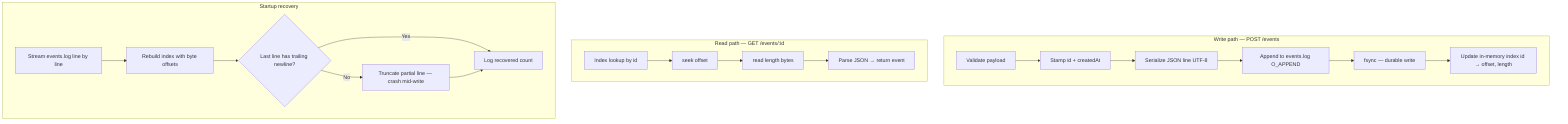
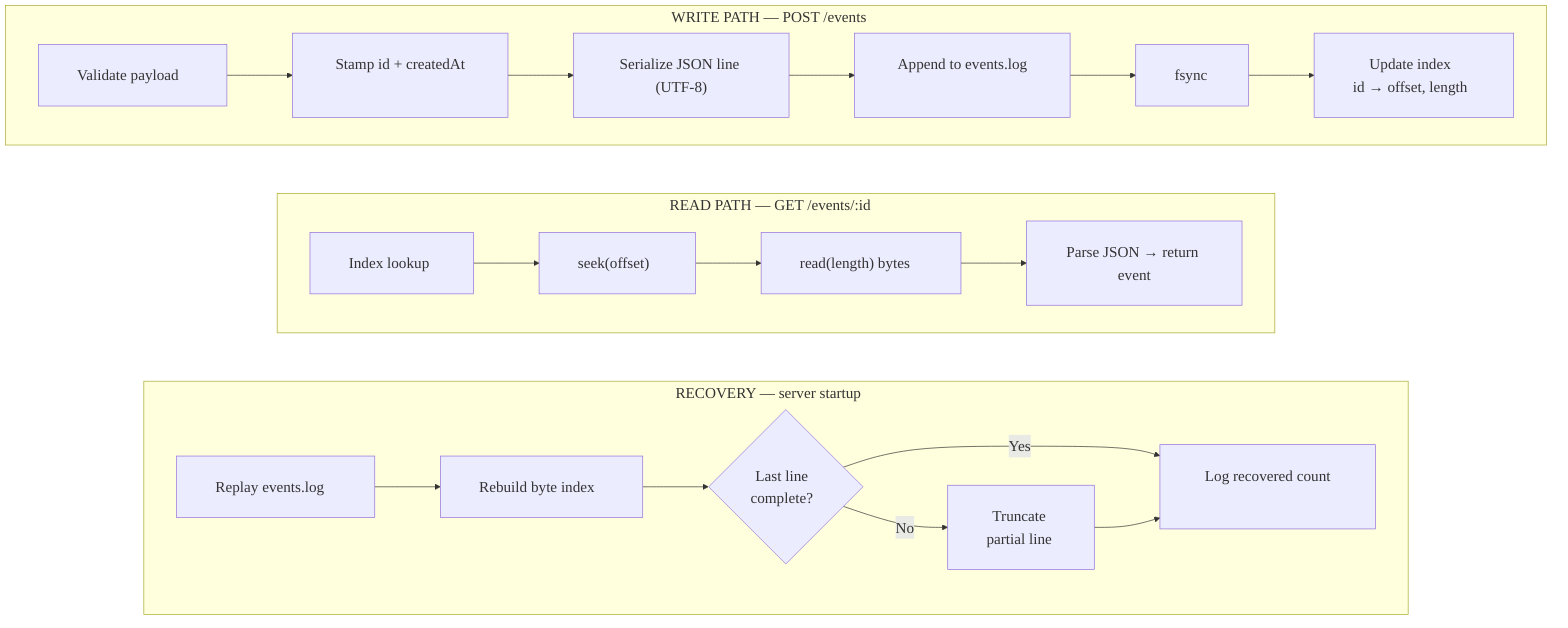
+ ---
+ config:
+   theme: default
+   flowchart:
+     nodeSpacing: 60
+     rankSpacing: 70
+     padding: 28
+   themeVariables:
+     fontSize: 22px
+     fontFamily: arial, sans-serif
+ ---
flowchart TB
-     subgraph Write["Write path — POST /events"]
-         W1[Validate payload] --> W2[Stamp id + createdAt]
-         W2 --> W3[Serialize JSON line UTF-8]
-         W3 --> W4[Append to events.log O_APPEND]
-         W4 --> W5[fsync — durable write]
-         W5 --> W6[Update in-memory index id → offset, length]
+     subgraph WRITE["WRITE PATH — POST /events"]
+         direction LR
+         W1["Validate payload"] --> W2["Stamp id + createdAt"]
+         W2 --> W3["Serialize JSON line (UTF-8)"]
+         W3 --> W4["Append to events.log"]
+         W4 --> W5["fsync"]
+         W5 --> W6["Update index<br/>id → offset, length"]
    end

-     subgraph Read["Read path — GET /events/:id"]
-         R1[Index lookup by id] --> R2[seek offset]
-         R2 --> R3[read length bytes]
-         R3 --> R4[Parse JSON → return event]
+     subgraph READ["READ PATH — GET /events/:id"]
+         direction LR
+         R1["Index lookup"] --> R2["seek(offset)"]
+         R2 --> R3["read(length) bytes"]
+         R3 --> R4["Parse JSON → return event"]
    end

-     subgraph Recovery["Startup recovery"]
-         S1[Stream events.log line by line] --> S2[Rebuild index with byte offsets]
-         S2 --> S3{Last line has trailing newline?}
-         S3 -->|No| S4[Truncate partial line — crash mid-write]
-         S3 -->|Yes| S5[Log recovered count]
+     subgraph RECOVERY["RECOVERY — server startup"]
+         direction LR
+         S1["Replay events.log"] --> S2["Rebuild byte index"]
+         S2 --> S3{"Last line<br/>complete?"}
+         S3 -->|"No"| S4["Truncate<br/>partial line"]
+         S3 -->|"Yes"| S5["Log recovered count"]
        S4 --> S5
    end
+ 
+     WRITE ~~~ READ
+     READ ~~~ RECOVERY
